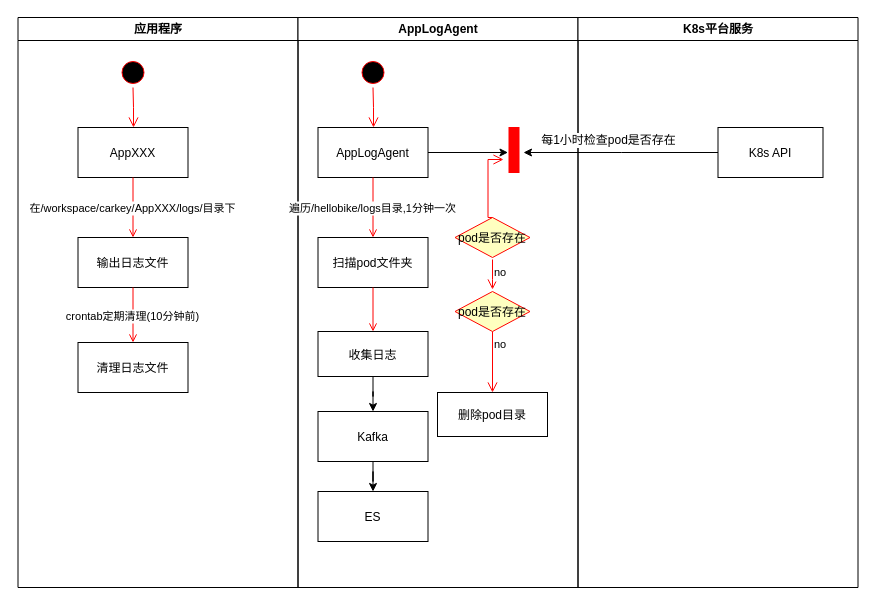
zyhui98/drawio keeps this draw.io diagram as logAgent-uml.drawio. Above is the earlier version. Source tidied: cells renumbered, new cells numbered last; positions are measured from the earlier drawing's top-left corner, leaving out a move shared by most shapes. Both pictures are drawn from the tidied source at 100%, with x=0, y=0 at pixel (17, 17).
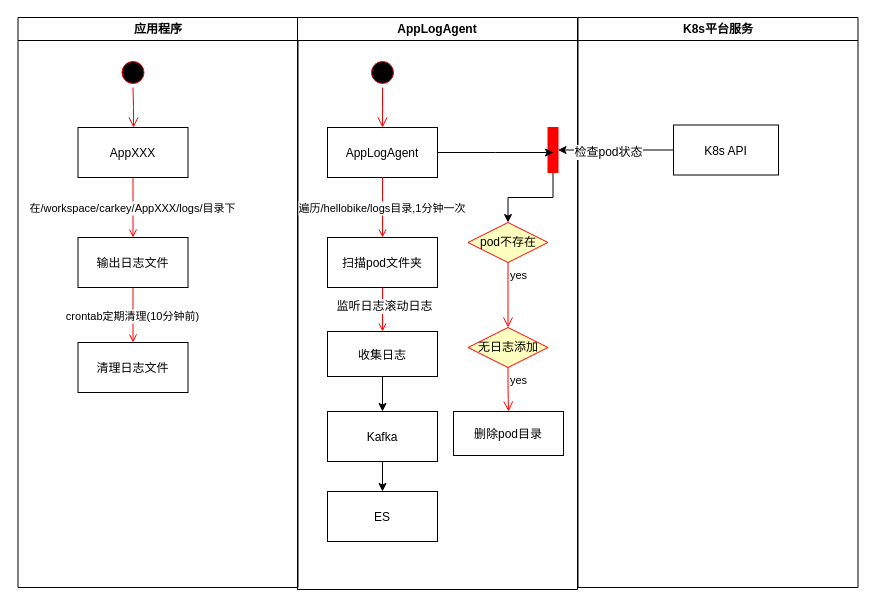
Above is the later version.

Unchanged cells that the change refers to:
```xml
<mxCell id="30" value="K8s平台服务" style="swimlane;whiteSpace=wrap;" parent="1" vertex="1">
  <mxGeometry x="560.5" width="280" height="570" as="geometry" />
</mxCell>
```

What changed in the source:
```diff
@@
-    <mxCell id="10" value="AppLogAgent" style="swimlane;whiteSpace=wrap;" parent="1" vertex="1">
-      <mxGeometry x="280.5" width="280" height="570" as="geometry" />
-    </mxCell>
-    <mxCell id="11" style="ellipse;shape=startState;fillColor=#000000;strokeColor=#ff0000;" parent="10" vertex="1">
-      <mxGeometry x="60" y="40" width="30" height="30" as="geometry" />
-    </mxCell>
-    <mxCell id="12" style="edgeStyle=elbowEdgeStyle;elbow=horizontal;verticalAlign=bottom;endArrow=open;endSize=8;strokeColor=#FF0000;endFill=1;rounded=0;" parent="10" edge="1" source="11" target="14">
-      <mxGeometry x="40" y="20" as="geometry" />
-    </mxCell>
-    <mxCell id="13" style="edgeStyle=orthogonalEdgeStyle;rounded=0;jettySize=auto;html=1;" parent="10" edge="1" source="14">
-      <mxGeometry relative="1" as="geometry">
-        <mxPoint x="210" y="135" as="targetPoint" />
-      </mxGeometry>
-    </mxCell>
-    <mxCell id="14" value="AppLogAgent" parent="10" vertex="1">
-      <mxGeometry x="20" y="110" width="110" height="50" as="geometry" />
-    </mxCell>
-    <mxCell id="15" value="扫描pod文件夹" parent="10" vertex="1">
-      <mxGeometry x="20" y="220" width="110" height="50" as="geometry" />
-    </mxCell>
-    <mxCell id="16" value="遍历/hellobike/logs目录,1分钟一次" style="endArrow=open;strokeColor=#FF0000;endFill=1;rounded=0;" parent="10" edge="1" source="14" target="15">
-      <mxGeometry relative="1" as="geometry" />
-    </mxCell>
-    <mxCell id="17" style="edgeStyle=orthogonalEdgeStyle;rounded=0;jettySize=auto;html=1;" parent="10" edge="1" source="18" target="26">
-      <mxGeometry relative="1" as="geometry" />
-    </mxCell>
-    <mxCell id="18" value="收集日志" parent="10" vertex="1">
-      <mxGeometry x="20" y="314" width="110" height="45" as="geometry" />
-    </mxCell>
-    <mxCell id="19" style="endArrow=open;strokeColor=#FF0000;endFill=1;rounded=0;" parent="10" edge="1" source="15" target="18">
-      <mxGeometry relative="1" as="geometry" />
-    </mxCell>
-    <mxCell id="20" value="pod是否存在" style="rhombus;fillColor=#ffffc0;strokeColor=#ff0000;flipV=1;flipH=0;" parent="10" vertex="1">
-      <mxGeometry x="157" y="200" width="75" height="40" as="geometry" />
-    </mxCell>
-    <mxCell id="21" style="edgeStyle=elbowEdgeStyle;elbow=horizontal;align=left;verticalAlign=bottom;endArrow=open;endSize=8;strokeColor=#FF0000;exitX=0.5;exitY=0;endFill=1;rounded=0;" parent="10" edge="1" source="20">
-      <mxGeometry x="-1" relative="1" as="geometry">
-        <mxPoint x="205.5" y="142" as="targetPoint" />
-        <Array as="points">
-          <mxPoint x="190" y="180" />
-        </Array>
-      </mxGeometry>
-    </mxCell>
-    <mxCell id="22" value="no" style="edgeStyle=elbowEdgeStyle;elbow=horizontal;align=left;verticalAlign=top;endArrow=open;endSize=8;strokeColor=#FF0000;endFill=1;rounded=0;" parent="10" edge="1" source="28" target="23">
-      <mxGeometry x="-1" relative="1" as="geometry" />
-    </mxCell>
-    <mxCell id="23" value="删除pod目录" parent="10" vertex="1">
-      <mxGeometry x="139.5" y="375" width="110" height="44" as="geometry" />
-    </mxCell>
-    <mxCell id="24" style="whiteSpace=wrap;strokeColor=#FF0000;fillColor=#FF0000;" parent="10" vertex="1">
-      <mxGeometry x="211" y="110" width="10" height="45" as="geometry" />
-    </mxCell>
-    <mxCell id="25" style="edgeStyle=orthogonalEdgeStyle;rounded=0;jettySize=auto;html=1;" parent="10" edge="1" source="26" target="27">
-      <mxGeometry relative="1" as="geometry" />
-    </mxCell>
-    <mxCell id="26" value="Kafka" parent="10" vertex="1">
-      <mxGeometry x="20" y="394" width="110" height="50" as="geometry" />
-    </mxCell>
-    <mxCell id="27" value="ES" parent="10" vertex="1">
-      <mxGeometry x="20" y="474" width="110" height="50" as="geometry" />
-    </mxCell>
-    <mxCell id="28" value="pod是否存在" style="rhombus;fillColor=#ffffc0;strokeColor=#ff0000;flipV=1;flipH=0;" parent="10" vertex="1">
-      <mxGeometry x="157" y="274" width="75" height="40" as="geometry" />
-    </mxCell>
-    <mxCell id="29" value="no" style="edgeStyle=elbowEdgeStyle;elbow=vertical;align=left;verticalAlign=top;endArrow=open;endSize=8;strokeColor=#FF0000;endFill=1;rounded=0;" parent="10" edge="1">
-      <mxGeometry x="-1" relative="1" as="geometry">
-        <mxPoint x="194.5" y="242" as="sourcePoint" />
-        <mxPoint x="194.5" y="272" as="targetPoint" />
-        <Array as="points">
-          <mxPoint x="195" y="262" />
-        </Array>
-      </mxGeometry>
-    </mxCell>
@@
     <mxCell id="31" value="K8s API" parent="30" vertex="1">
-      <mxGeometry x="140" y="110" width="105" height="50" as="geometry" />
+      <mxGeometry x="95.5" y="107.5" width="105" height="50" as="geometry" />
     </mxCell>
-    <mxCell id="32" style="edgeStyle=orthogonalEdgeStyle;rounded=0;jettySize=auto;html=1;" parent="1" edge="1" source="31">
-      <mxGeometry relative="1" as="geometry">
-        <mxPoint x="506" y="135" as="targetPoint" />
-      </mxGeometry>
-    </mxCell>
-    <mxCell id="33" value="每1小时检查pod是否存在" style="text;html=1;align=center;verticalAlign=middle;labelBackgroundColor=#ffffff;" parent="32" vertex="1">
-      <mxGeometry x="0.4" y="-2" relative="1" as="geometry">
-        <mxPoint x="26.5" y="-11" as="offset" />
-      </mxGeometry>
-    </mxCell>
+    <mxCell id="10" value="AppLogAgent" style="swimlane;whiteSpace=wrap;" parent="1" vertex="1">
+      <mxGeometry x="280" width="280" height="572" as="geometry" />
+    </mxCell>
+    <mxCell id="34" style="ellipse;shape=startState;fillColor=#000000;strokeColor=#ff0000;" parent="10" vertex="1">
+      <mxGeometry x="70" y="40" width="30" height="30" as="geometry" />
+    </mxCell>
+    <mxCell id="35" style="edgeStyle=elbowEdgeStyle;elbow=horizontal;verticalAlign=bottom;endArrow=open;endSize=8;strokeColor=#FF0000;endFill=1;rounded=0;" parent="10" edge="1" source="34" target="14">
+      <mxGeometry x="50" y="20" as="geometry" />
+    </mxCell>
+    <mxCell id="14" value="AppLogAgent" parent="10" vertex="1">
+      <mxGeometry x="30" y="110" width="110" height="50" as="geometry" />
+    </mxCell>
+    <mxCell id="16" value="遍历/hellobike/logs目录,1分钟一次" style="endArrow=open;strokeColor=#FF0000;endFill=1;rounded=0;" parent="10" edge="1" source="14" target="15">
+      <mxGeometry relative="1" as="geometry" />
+    </mxCell>
+    <mxCell id="15" value="扫描pod文件夹" parent="10" vertex="1">
+      <mxGeometry x="30" y="220" width="110" height="50" as="geometry" />
+    </mxCell>
+    <mxCell id="19" style="endArrow=open;strokeColor=#FF0000;endFill=1;rounded=0;" parent="10" edge="1" source="15" target="18">
+      <mxGeometry relative="1" as="geometry" />
+    </mxCell>
+    <mxCell id="36" value="监听日志滚动日志" style="text;html=1;align=center;verticalAlign=middle;labelBackgroundColor=#ffffff;" parent="19" vertex="1">
+      <mxGeometry x="-0.18" y="1" relative="1" as="geometry" />
+    </mxCell>
+    <mxCell id="18" value="收集日志" parent="10" vertex="1">
+      <mxGeometry x="30" y="314" width="110" height="45" as="geometry" />
+    </mxCell>
+    <mxCell id="17" style="edgeStyle=orthogonalEdgeStyle;rounded=0;jettySize=auto;html=1;" parent="10" edge="1" source="18" target="26">
+      <mxGeometry relative="1" as="geometry" />
+    </mxCell>
+    <mxCell id="26" value="Kafka" parent="10" vertex="1">
+      <mxGeometry x="30" y="394" width="110" height="50" as="geometry" />
+    </mxCell>
+    <mxCell id="25" style="edgeStyle=orthogonalEdgeStyle;rounded=0;jettySize=auto;html=1;" parent="10" edge="1" source="26" target="27">
+      <mxGeometry relative="1" as="geometry" />
+    </mxCell>
+    <mxCell id="27" value="ES" parent="10" vertex="1">
+      <mxGeometry x="30" y="474" width="110" height="50" as="geometry" />
+    </mxCell>
+    <mxCell id="37" style="edgeStyle=orthogonalEdgeStyle;rounded=0;jettySize=auto;html=1;entryX=0.5;entryY=0;entryDx=0;entryDy=0;" parent="10" edge="1" source="24" target="38">
+      <mxGeometry relative="1" as="geometry" />
+    </mxCell>
+    <mxCell id="24" style="whiteSpace=wrap;strokeColor=#FF0000;fillColor=#FF0000;" parent="10" vertex="1">
+      <mxGeometry x="250.5" y="110" width="10" height="45" as="geometry" />
+    </mxCell>
+    <mxCell id="23" value="删除pod目录" parent="10" vertex="1">
+      <mxGeometry x="156" y="394" width="110" height="44" as="geometry" />
+    </mxCell>
+    <mxCell id="38" value="pod不存在" style="rhombus;whiteSpace=wrap;html=1;fillColor=#ffffc0;strokeColor=#ff0000;" parent="10" vertex="1">
+      <mxGeometry x="170.5" y="205" width="80" height="40" as="geometry" />
+    </mxCell>
+    <mxCell id="39" value="yes" style="edgeStyle=orthogonalEdgeStyle;html=1;align=left;verticalAlign=top;endArrow=open;endSize=8;strokeColor=#ff0000;entryX=0.5;entryY=0;entryDx=0;entryDy=0;" parent="10" edge="1" source="38" target="40">
+      <mxGeometry x="-1" relative="1" as="geometry" />
+    </mxCell>
+    <mxCell id="40" value="无日志添加" style="rhombus;whiteSpace=wrap;html=1;fillColor=#ffffc0;strokeColor=#ff0000;" parent="10" vertex="1">
+      <mxGeometry x="170.5" y="310" width="80" height="40" as="geometry" />
+    </mxCell>
+    <mxCell id="41" value="yes" style="edgeStyle=orthogonalEdgeStyle;html=1;align=left;verticalAlign=top;endArrow=open;endSize=8;strokeColor=#ff0000;entryX=0.5;entryY=0;entryDx=0;entryDy=0;" parent="10" edge="1" source="40" target="23">
+      <mxGeometry x="-1" relative="1" as="geometry" />
+    </mxCell>
+    <mxCell id="42" style="edgeStyle=orthogonalEdgeStyle;rounded=0;jettySize=auto;html=1;exitX=0;exitY=0.5;exitDx=0;exitDy=0;entryX=1;entryY=0.5;entryDx=0;entryDy=0;" parent="1" edge="1" source="31" target="24">
+      <mxGeometry relative="1" as="geometry" />
+    </mxCell>
+    <mxCell id="43" value="检查pod状态" style="text;html=1;align=center;verticalAlign=middle;labelBackgroundColor=#ffffff;" parent="42" vertex="1">
+      <mxGeometry x="0.15" y="2" relative="1" as="geometry" />
+    </mxCell>
+    <mxCell id="44" style="edgeStyle=orthogonalEdgeStyle;rounded=0;jettySize=auto;html=1;exitX=1;exitY=0.5;exitDx=0;exitDy=0;" parent="1" edge="1" source="14">
+      <mxGeometry relative="1" as="geometry">
+        <mxPoint x="536" y="135" as="targetPoint" />
+      </mxGeometry>
+    </mxCell>
```
